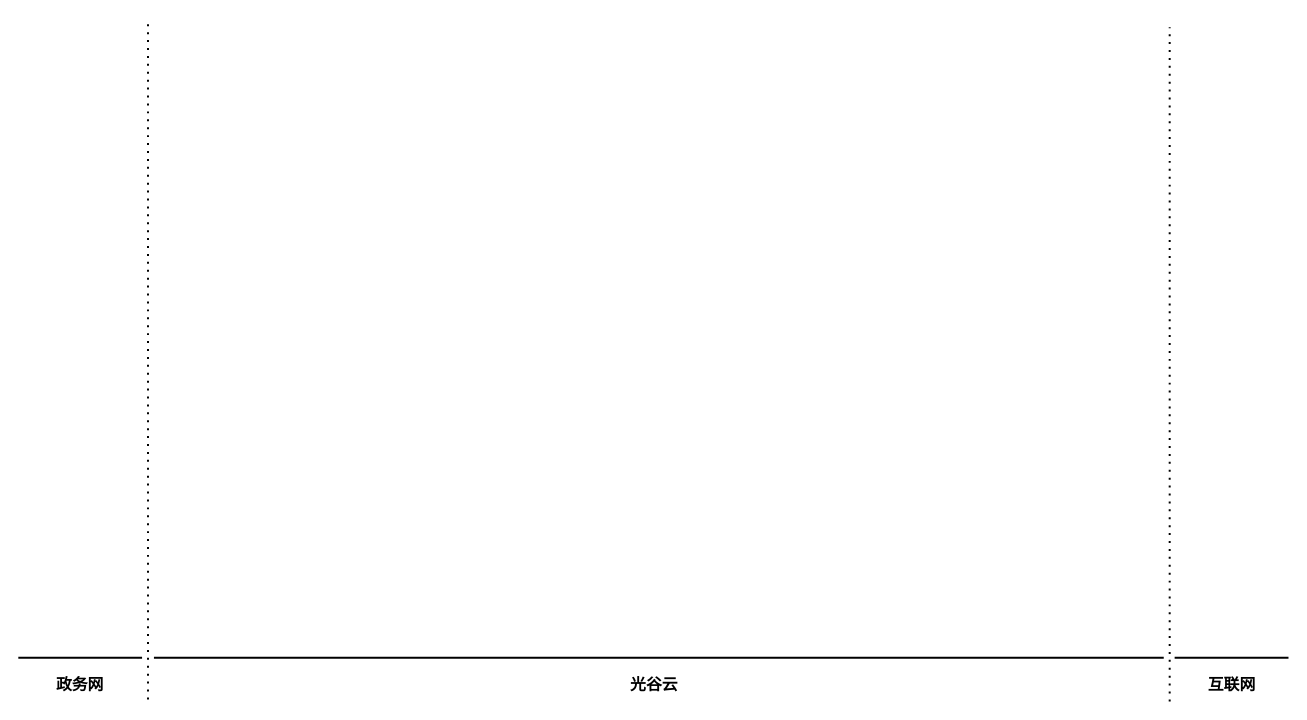
Above: page "数据流架构图-V3" (21 of 21) of donggao-20230703.drawio in yangchenyu/micro-service (draw.io), before the change. Source tidied: cells renumbered, new cells numbered last; positions are measured from the earlier drawing's top-left corner, leaving out a move shared by most shapes. Both pictures are drawn from the tidied source at 99%, with x=0, y=0 at pixel (18, 18).
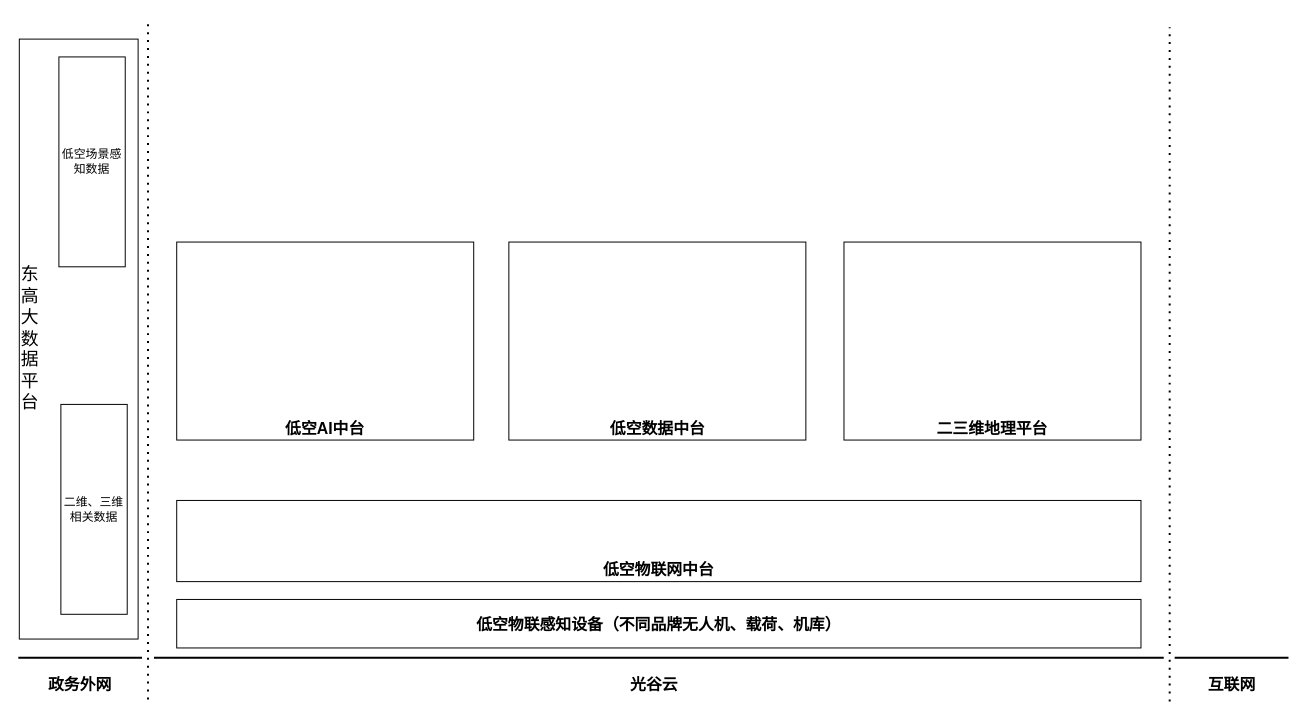
After the change.

The edit, as a diff of the source:
```diff
@@
-    <mxCell id="8" value="政务网" style="text;html=1;strokeColor=none;fillColor=none;align=center;verticalAlign=middle;whiteSpace=wrap;rounded=0;strokeWidth=2;glass=0;fontStyle=1;fontSize=16;" parent="1" vertex="1">
+    <mxCell id="8" value="政务外网" style="text;html=1;strokeColor=none;fillColor=none;align=center;verticalAlign=middle;whiteSpace=wrap;rounded=0;strokeWidth=2;glass=0;fontStyle=1;fontSize=16;" parent="1" vertex="1">
       <mxGeometry x="1" y="658" width="123" height="30" as="geometry" />
     </mxCell>
@@
+    <mxCell id="10" value="东&lt;br style=&quot;font-size: 18px;&quot;&gt;高&lt;br style=&quot;font-size: 18px;&quot;&gt;大&lt;br style=&quot;font-size: 18px;&quot;&gt;数&lt;br style=&quot;font-size: 18px;&quot;&gt;据&lt;br style=&quot;font-size: 18px;&quot;&gt;平&lt;br style=&quot;font-size: 18px;&quot;&gt;台" style="rounded=0;whiteSpace=wrap;html=1;align=left;fontStyle=0;fontSize=18;strokeWidth=1;" parent="1" vertex="1">
+      <mxGeometry x="1" y="21" width="120" height="606" as="geometry" />
+    </mxCell>
+    <mxCell id="11" value="二维、三维相关数据" style="rounded=0;whiteSpace=wrap;html=1;" parent="1" vertex="1">
+      <mxGeometry x="43" y="390" width="67" height="212" as="geometry" />
+    </mxCell>
+    <mxCell id="12" value="低空场景感知数据" style="rounded=0;whiteSpace=wrap;html=1;" parent="1" vertex="1">
+      <mxGeometry x="41" y="39" width="67" height="212" as="geometry" />
+    </mxCell>
+    <mxCell id="13" value="低空数据中台" style="rounded=0;whiteSpace=wrap;html=1;strokeWidth=1;verticalAlign=bottom;fontStyle=1;fontSize=16;" parent="1" vertex="1">
+      <mxGeometry x="495.5" y="226" width="300" height="200" as="geometry" />
+    </mxCell>
+    <mxCell id="14" value="低空物联网中台" style="rounded=0;whiteSpace=wrap;html=1;strokeWidth=1;verticalAlign=bottom;fontStyle=1;fontSize=16;" parent="1" vertex="1">
+      <mxGeometry x="160" y="487" width="974" height="82" as="geometry" />
+    </mxCell>
+    <mxCell id="15" value="低空AI中台" style="rounded=0;whiteSpace=wrap;html=1;strokeWidth=1;verticalAlign=bottom;fontStyle=1;fontSize=16;" parent="1" vertex="1">
+      <mxGeometry x="160" y="226" width="300" height="200" as="geometry" />
+    </mxCell>
+    <mxCell id="16" value="二三维地理平台" style="rounded=0;whiteSpace=wrap;html=1;strokeWidth=1;verticalAlign=bottom;fontStyle=1;fontSize=16;" parent="1" vertex="1">
+      <mxGeometry x="834" y="226" width="300" height="200" as="geometry" />
+    </mxCell>
+    <mxCell id="17" value="低空物联感知设备（不同品牌无人机、载荷、机库）" style="rounded=0;whiteSpace=wrap;html=1;strokeWidth=1;verticalAlign=middle;fontStyle=1;fontSize=16;" parent="1" vertex="1">
+      <mxGeometry x="160" y="587" width="974" height="49" as="geometry" />
+    </mxCell>
```
